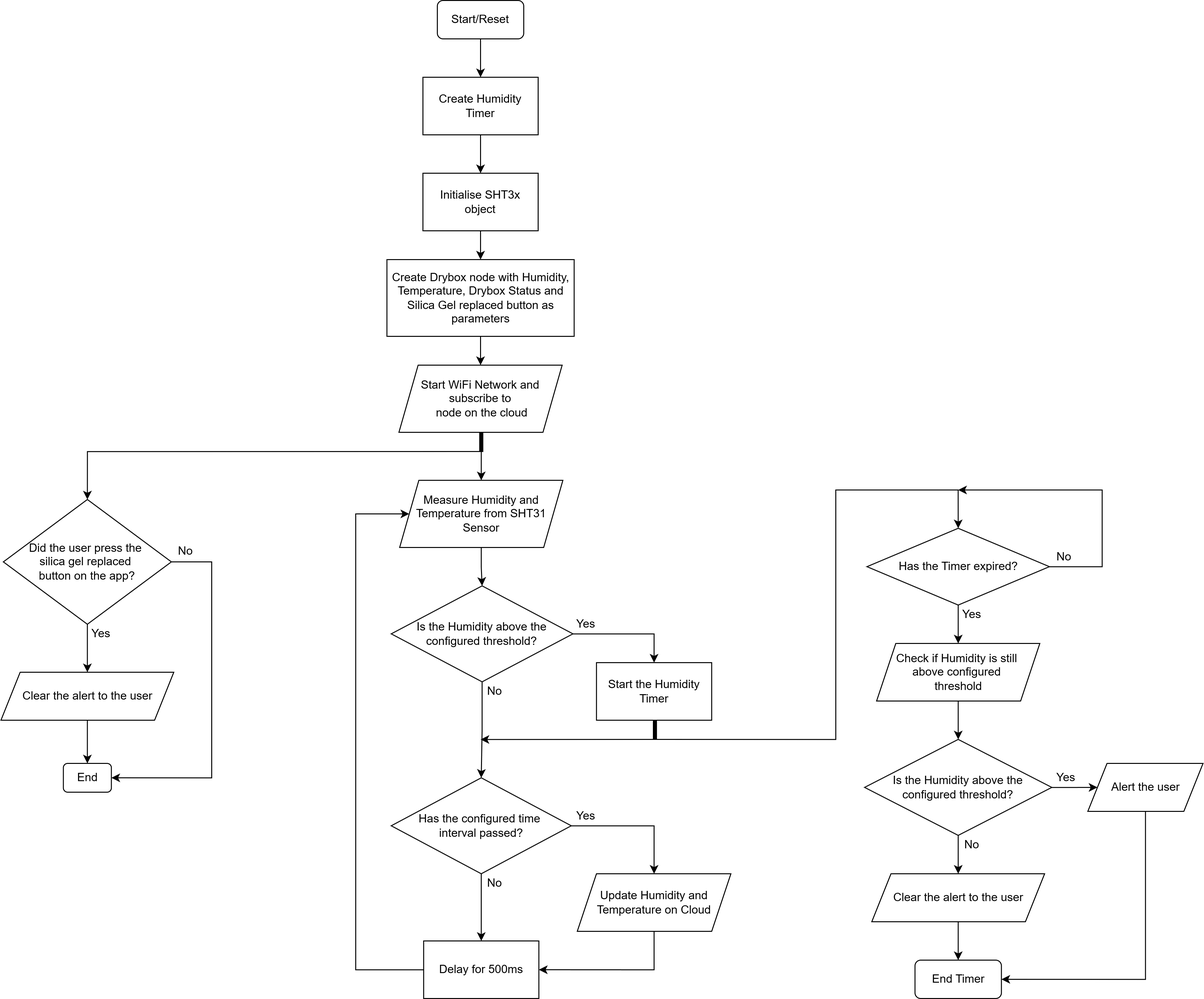
The draw.io diagram Docs/Images/Drybox_Sensor_Flowchart.drawio.png in mjlwong/30.117_IoT_Project, before a commit. Source tidied: cells renumbered, new cells last; positions are measured from the earlier drawing's top-left corner, leaving out a move shared by most shapes.
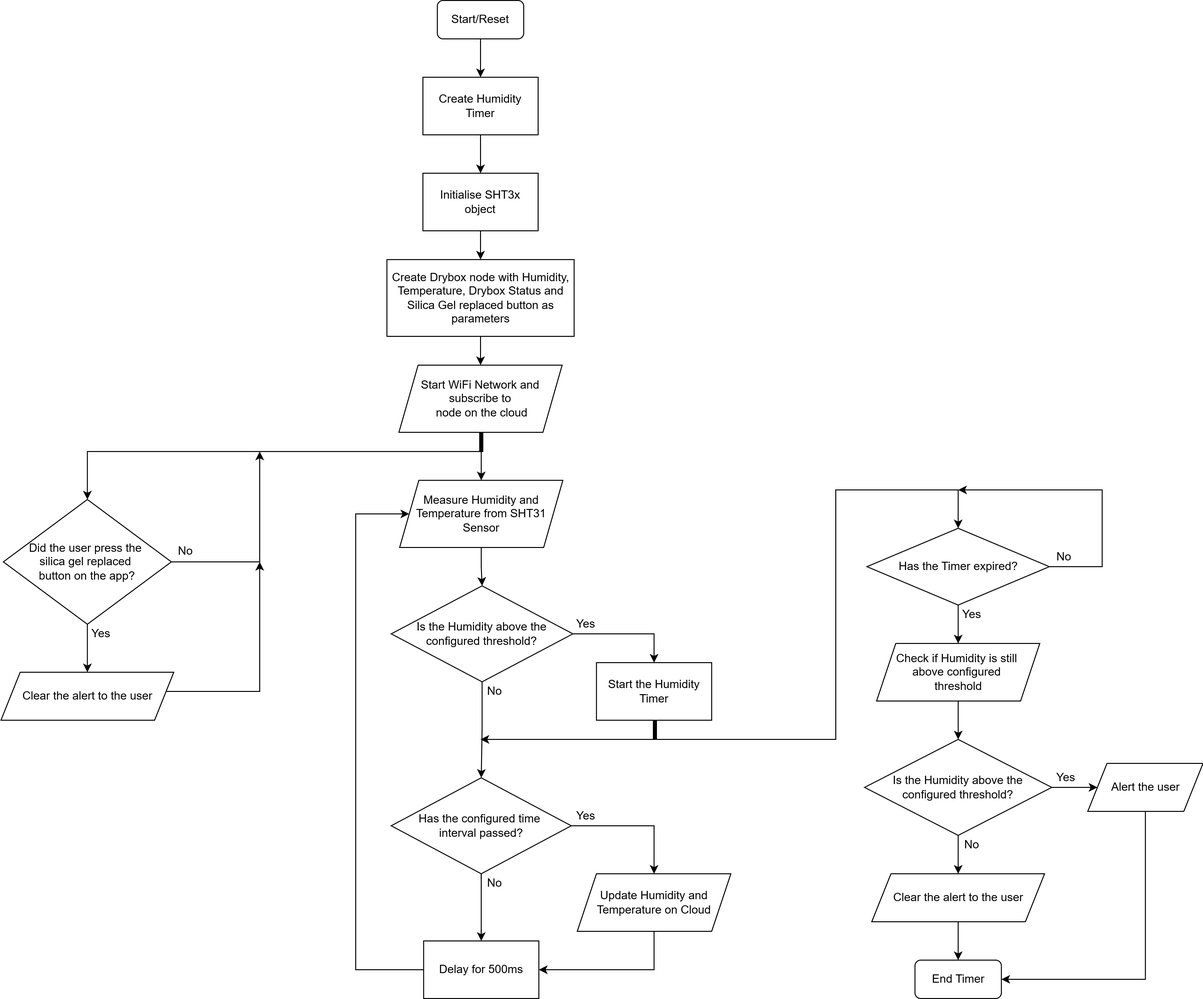
Above is the later version.

Commit message:
Modified flowchart for firmware programme

What changed in the source:
```diff
@@ -193,29 +193,26 @@
     <mxCell id="51" style="edgeStyle=orthogonalEdgeStyle;rounded=0;jettySize=auto;html=1;entryX=0.5;entryY=0;entryDx=0;entryDy=0;" parent="1" edge="1" source="53" target="55">
       <mxGeometry relative="1" as="geometry" />
     </mxCell>
-    <mxCell id="52" style="edgeStyle=orthogonalEdgeStyle;rounded=0;jettySize=auto;html=1;entryX=1;entryY=0.5;entryDx=0;entryDy=0;" parent="1" edge="1" source="53" target="57">
-      <mxGeometry relative="1" as="geometry">
-        <Array as="points">
-          <mxPoint x="220" y="585" />
-          <mxPoint x="220" y="810" />
-        </Array>
-      </mxGeometry>
-    </mxCell>
+    <mxCell id="59" style="edgeStyle=orthogonalEdgeStyle;rounded=0;jettySize=auto;html=1;" parent="1" edge="1" source="53">
+      <mxGeometry relative="1" as="geometry">
+        <mxPoint x="270" y="470" as="targetPoint" />
+      </mxGeometry>
+    </mxCell>
     <mxCell id="53" value="Did the user press the&amp;nbsp;&lt;div&gt;silica gel replaced&amp;nbsp;&lt;/div&gt;&lt;div&gt;button on the app?&lt;/div&gt;" style="rhombus;whiteSpace=wrap;html=1;" parent="1" vertex="1">
       <mxGeometry x="3" y="520" width="175" height="130" as="geometry" />
     </mxCell>
-    <mxCell id="54" style="edgeStyle=orthogonalEdgeStyle;rounded=0;jettySize=auto;html=1;entryX=0.5;entryY=0;entryDx=0;entryDy=0;" parent="1" edge="1" source="55" target="57">
-      <mxGeometry relative="1" as="geometry" />
-    </mxCell>
+    <mxCell id="60" style="edgeStyle=orthogonalEdgeStyle;rounded=0;orthogonalLoop=1;jettySize=auto;html=1;" parent="1" edge="1">
+      <mxGeometry relative="1" as="geometry">
+        <mxPoint x="170.5" y="720" as="sourcePoint" />
+        <mxPoint x="270" y="585" as="targetPoint" />
+      </mxGeometry>
+    </mxCell>
     <mxCell id="55" value="Clear the alert to the user" style="shape=parallelogram;perimeter=parallelogramPerimeter;whiteSpace=wrap;html=1;fixedSize=1;" parent="1" vertex="1">
       <mxGeometry x="0.5" y="700" width="180" height="50" as="geometry" />
     </mxCell>
     <mxCell id="56" value="Yes" style="text;html=1;whiteSpace=wrap;strokeColor=none;fillColor=none;align=center;verticalAlign=middle;rounded=0;" parent="1" vertex="1">
       <mxGeometry x="90" y="650" width="30" height="20" as="geometry" />
     </mxCell>
-    <mxCell id="57" value="End" style="rounded=1;whiteSpace=wrap;html=1;" parent="1" vertex="1">
-      <mxGeometry x="65.5" y="795" width="50" height="30" as="geometry" />
-    </mxCell>
     <mxCell id="58" value="No" style="text;html=1;whiteSpace=wrap;strokeColor=none;fillColor=none;align=center;verticalAlign=middle;rounded=0;" parent="1" vertex="1">
       <mxGeometry x="177.5" y="564" width="30" height="20" as="geometry" />
     </mxCell>
```
